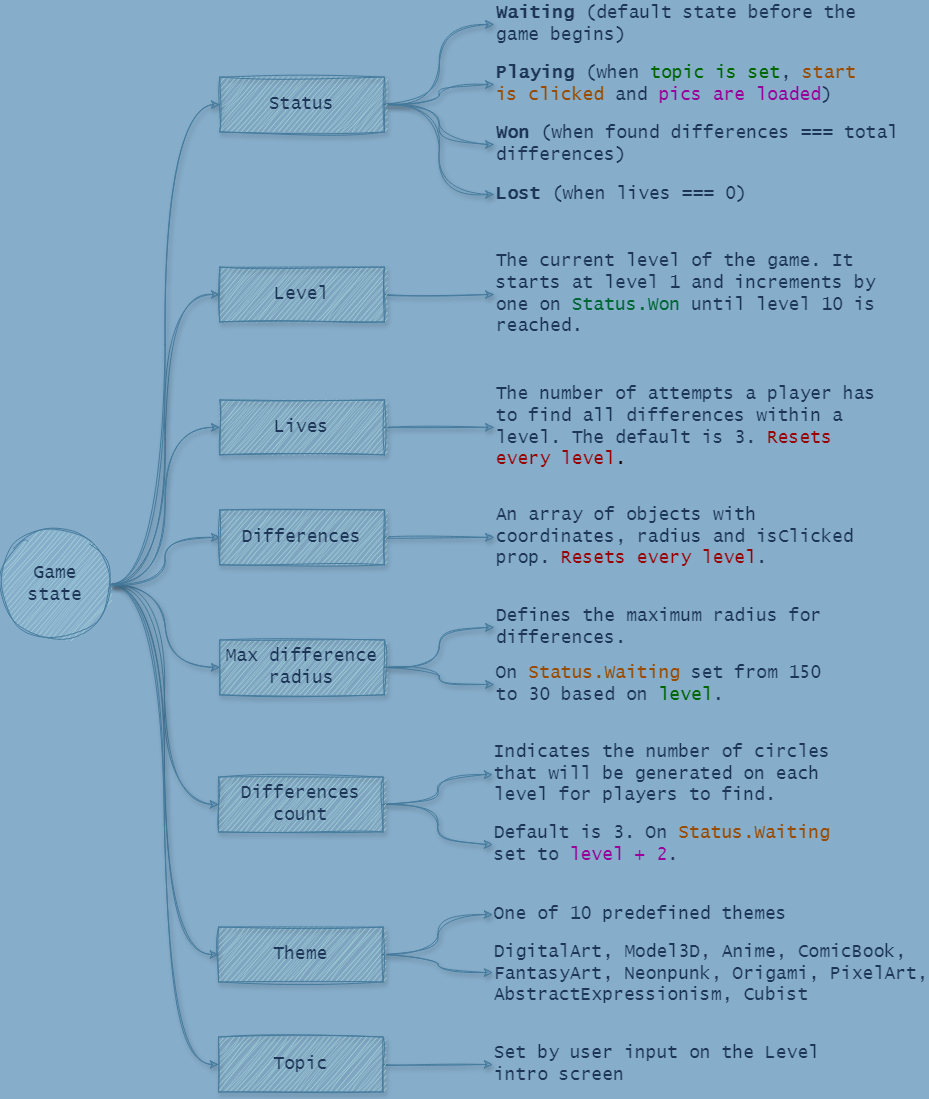
Earlier version of the draw.io export ftd-game-state.png (vasilyoshev/ai-assistant). Source tidied: cells renumbered, new cells last; positions are measured from the earlier drawing's top-left corner, leaving out a move shared by most shapes.
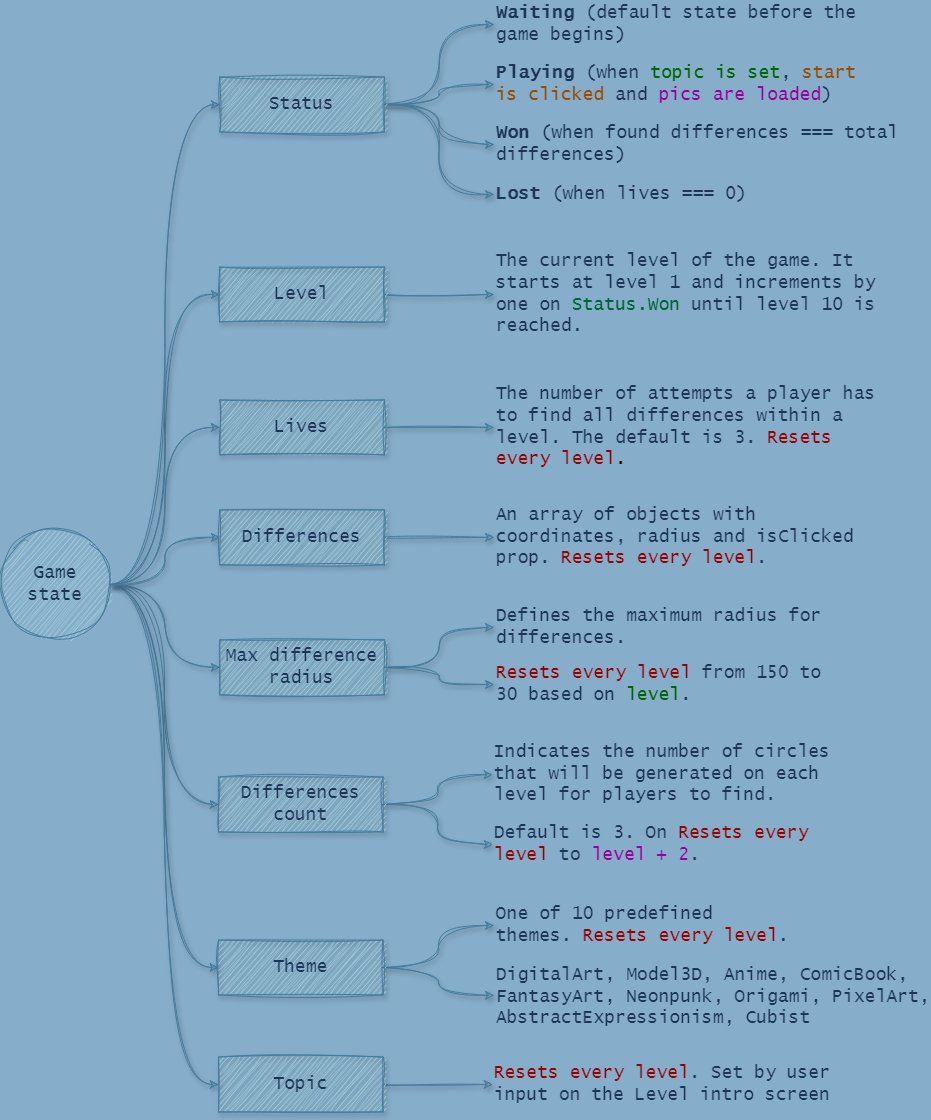
The same file after the commit.

Diff of the diagram source:
```diff
@@ -80,18 +80,9 @@
     <mxCell id="27" style="edgeStyle=orthogonalEdgeStyle;rounded=0;hachureGap=4;jettySize=auto;html=1;entryX=0;entryY=0.468;entryDx=0;entryDy=0;entryPerimeter=0;fontFamily=Lucida Console;curved=1;fontColor=default;strokeColor=#457B9D;labelBackgroundColor=none;fontSize=18;strokeWidth=1;shadow=1;sketch=1;curveFitting=1;jiggle=2;" parent="1" edge="1" source="47" target="31">
       <mxGeometry relative="1" as="geometry" />
     </mxCell>
-    <mxCell id="28" value="Set by user input on the Level intro screen" style="text;html=1;align=left;verticalAlign=middle;whiteSpace=wrap;rounded=0;fontFamily=Lucida Console;fontColor=#1D3557;labelBackgroundColor=none;fontSize=18;strokeWidth=1;shadow=1;sketch=1;curveFitting=1;jiggle=2;" parent="1" vertex="1">
-      <mxGeometry x="492.2" y="1040" width="342.7" height="40" as="geometry" />
+    <mxCell id="28" value="&lt;span style=&quot;color: rgb(153, 0, 0);&quot;&gt;Resets every level&lt;/span&gt;.&lt;span style=&quot;color: rgb(153, 0, 0);&quot;&gt;&amp;nbsp;&lt;/span&gt;Set by user input on the Level intro screen" style="text;html=1;align=left;verticalAlign=middle;whiteSpace=wrap;rounded=0;fontFamily=Lucida Console;fontColor=#1D3557;labelBackgroundColor=none;fontSize=18;strokeWidth=1;shadow=1;sketch=1;curveFitting=1;jiggle=2;" parent="1" vertex="1">
+      <mxGeometry x="492.2" y="1060" width="342.7" height="40" as="geometry" />
     </mxCell>
-    <mxCell id="29" style="group;" parent="1" vertex="1">
-      <mxGeometry x="492.2" y="900" width="397.6" height="100" as="geometry" />
-    </mxCell>
-    <mxCell id="30" value="One of 10 predefined themes" style="text;html=1;align=left;verticalAlign=middle;whiteSpace=wrap;rounded=0;fontFamily=Lucida Console;fontColor=#1D3557;labelBackgroundColor=none;fontSize=18;strokeWidth=1;shadow=1;sketch=1;curveFitting=1;jiggle=2;" parent="29" vertex="1">
-      <mxGeometry width="342.7" height="20" as="geometry" />
-    </mxCell>
-    <mxCell id="31" value="&lt;div style=&quot;font-size: 18px;&quot;&gt;DigitalArt&lt;span style=&quot;background-color: initial; font-size: 18px;&quot;&gt;,&amp;nbsp;&lt;/span&gt;&lt;span style=&quot;background-color: initial; font-size: 18px;&quot;&gt;Model3D&lt;/span&gt;&lt;span style=&quot;background-color: initial; font-size: 18px;&quot;&gt;,&amp;nbsp;&lt;/span&gt;&lt;span style=&quot;background-color: initial; font-size: 18px;&quot;&gt;Anime&lt;/span&gt;&lt;span style=&quot;background-color: initial; font-size: 18px;&quot;&gt;,&amp;nbsp;&lt;/span&gt;&lt;span style=&quot;background-color: initial; font-size: 18px;&quot;&gt;ComicBook&lt;/span&gt;&lt;span style=&quot;background-color: initial; font-size: 18px;&quot;&gt;,&lt;/span&gt;&lt;/div&gt;&lt;div style=&quot;font-size: 18px;&quot;&gt;&lt;span style=&quot;background-color: initial; font-size: 18px;&quot;&gt;FantasyArt&lt;/span&gt;&lt;span style=&quot;background-color: initial; font-size: 18px;&quot;&gt;,&amp;nbsp;&lt;/span&gt;&lt;span style=&quot;background-color: initial; font-size: 18px;&quot;&gt;Neonpunk&lt;/span&gt;&lt;span style=&quot;background-color: initial; font-size: 18px;&quot;&gt;,&amp;nbsp;&lt;/span&gt;&lt;span style=&quot;background-color: initial; font-size: 18px;&quot;&gt;Origami&lt;/span&gt;&lt;span style=&quot;background-color: initial; font-size: 18px;&quot;&gt;,&amp;nbsp;&lt;/span&gt;&lt;span style=&quot;background-color: initial; font-size: 18px;&quot;&gt;PixelArt&lt;/span&gt;&lt;span style=&quot;background-color: initial; font-size: 18px;&quot;&gt;,&lt;/span&gt;&lt;/div&gt;&lt;div style=&quot;font-size: 18px;&quot;&gt;&lt;span style=&quot;background-color: initial; font-size: 18px;&quot;&gt;AbstractExpressionism,&amp;nbsp;&lt;/span&gt;&lt;span style=&quot;background-color: initial; font-size: 18px;&quot;&gt;Cubist&lt;/span&gt;&lt;/div&gt;" style="text;html=1;align=left;verticalAlign=middle;whiteSpace=wrap;rounded=0;fontFamily=Lucida Console;fontColor=#1D3557;labelBackgroundColor=none;fontSize=18;strokeWidth=1;shadow=1;sketch=1;curveFitting=1;jiggle=2;" parent="29" vertex="1">
-      <mxGeometry y="40" width="397.6" height="60" as="geometry" />
-    </mxCell>
     <mxCell id="32" value="&lt;b&gt;Waiting &lt;/b&gt;(default state before the game begins)" style="text;html=1;align=left;verticalAlign=middle;whiteSpace=wrap;rounded=0;fontFamily=Lucida Console;fontColor=#1D3557;labelBackgroundColor=none;fontSize=18;strokeWidth=1;shadow=1;sketch=1;curveFitting=1;jiggle=2;" parent="1" vertex="1">
       <mxGeometry x="493.5" width="404.4" height="40" as="geometry" />
     </mxCell>
@@ -107,7 +98,7 @@
     <mxCell id="36" value="Defines the maximum radius for differences." style="text;html=1;align=left;verticalAlign=middle;whiteSpace=wrap;rounded=0;fontFamily=Lucida Console;fontColor=#1D3557;labelBackgroundColor=none;fontSize=18;strokeWidth=1;shadow=1;sketch=1;curveFitting=1;jiggle=2;" parent="1" vertex="1">
       <mxGeometry x="493.5" y="602.9" width="383.9" height="40" as="geometry" />
     </mxCell>
-    <mxCell id="37" value="On &lt;font color=&quot;#994c00&quot;&gt;Status.Waiting&lt;/font&gt; set from 150 to 30&amp;nbsp;based on &lt;font color=&quot;#006600&quot;&gt;level&lt;/font&gt;." style="text;html=1;align=left;verticalAlign=middle;whiteSpace=wrap;rounded=0;fontFamily=Lucida Console;fontColor=#1D3557;labelBackgroundColor=none;fontSize=18;strokeWidth=1;shadow=1;sketch=1;curveFitting=1;jiggle=2;" parent="1" vertex="1">
+    <mxCell id="37" value="&lt;span style=&quot;color: rgb(153, 0, 0);&quot;&gt;Resets every level&lt;/span&gt;&amp;nbsp;from 150 to 30&amp;nbsp;based on &lt;font color=&quot;#006600&quot;&gt;level&lt;/font&gt;." style="text;html=1;align=left;verticalAlign=middle;whiteSpace=wrap;rounded=0;fontFamily=Lucida Console;fontColor=#1D3557;labelBackgroundColor=none;fontSize=18;strokeWidth=1;shadow=1;sketch=1;curveFitting=1;jiggle=2;" parent="1" vertex="1">
       <mxGeometry x="493.5" y="660" width="342.7" height="40" as="geometry" />
     </mxCell>
     <mxCell id="38" style="group;" parent="1" vertex="1">
@@ -116,7 +107,7 @@
     <mxCell id="39" value="Indicates the number of circles that will be generated on each level for players to find." style="text;html=1;align=left;verticalAlign=middle;whiteSpace=wrap;rounded=0;fontFamily=Lucida Console;fontColor=#1D3557;labelBackgroundColor=none;fontSize=18;strokeWidth=1;shadow=1;sketch=1;curveFitting=1;jiggle=2;" parent="38" vertex="1">
       <mxGeometry width="383.9" height="60" as="geometry" />
     </mxCell>
-    <mxCell id="40" value="Default is 3. On &lt;font color=&quot;#994c00&quot;&gt;Status.Waiting&lt;/font&gt; set to &lt;font color=&quot;#990099&quot;&gt;level + 2&lt;/font&gt;." style="text;html=1;align=left;verticalAlign=middle;whiteSpace=wrap;rounded=0;fontFamily=Lucida Console;fontColor=#1D3557;labelBackgroundColor=none;fontSize=18;strokeWidth=1;shadow=1;sketch=1;curveFitting=1;jiggle=2;" parent="38" vertex="1">
+    <mxCell id="40" value="Default is 3. On&amp;nbsp;&lt;span style=&quot;color: rgb(153, 0, 0);&quot;&gt;Resets every level&lt;/span&gt;&amp;nbsp;to &lt;font color=&quot;#990099&quot;&gt;level + 2&lt;/font&gt;." style="text;html=1;align=left;verticalAlign=middle;whiteSpace=wrap;rounded=0;fontFamily=Lucida Console;fontColor=#1D3557;labelBackgroundColor=none;fontSize=18;strokeWidth=1;shadow=1;sketch=1;curveFitting=1;jiggle=2;" parent="38" vertex="1">
       <mxGeometry y="80" width="342.7" height="40" as="geometry" />
     </mxCell>
     <mxCell id="41" value="Status" style="rounded=0;whiteSpace=wrap;html=1;hachureGap=4;fontFamily=Lucida Console;fillColor=#A8DADC;strokeColor=#457B9D;fontColor=#1D3557;labelBackgroundColor=none;fontSize=18;strokeWidth=1;shadow=1;sketch=1;curveFitting=1;jiggle=2;" parent="1" vertex="1">
@@ -129,7 +120,7 @@
       <mxGeometry x="218" y="772.6" width="164.5" height="54.8" as="geometry" />
     </mxCell>
     <mxCell id="44" value="Topic" style="rounded=0;whiteSpace=wrap;html=1;hachureGap=4;fontFamily=Lucida Console;fillColor=#A8DADC;strokeColor=#457B9D;fontColor=#1D3557;labelBackgroundColor=none;fontSize=18;strokeWidth=1;shadow=1;sketch=1;curveFitting=1;jiggle=2;" parent="1" vertex="1">
-      <mxGeometry x="218" y="1032.6" width="164.5" height="54.8" as="geometry" />
+      <mxGeometry x="218" y="1052.6" width="164.5" height="54.8" as="geometry" />
     </mxCell>
     <mxCell id="45" value="Max difference radius" style="rounded=0;whiteSpace=wrap;html=1;hachureGap=4;fontFamily=Lucida Console;fillColor=#A8DADC;strokeColor=#457B9D;fontColor=#1D3557;labelBackgroundColor=none;fontSize=18;strokeWidth=1;shadow=1;sketch=1;curveFitting=1;jiggle=2;" parent="1" vertex="1">
       <mxGeometry x="219.4" y="635.5" width="164.5" height="54.8" as="geometry" />
@@ -138,10 +129,19 @@
       <mxGeometry x="219.4" y="505.5" width="164.5" height="54.8" as="geometry" />
     </mxCell>
     <mxCell id="47" value="Theme" style="rounded=0;whiteSpace=wrap;html=1;hachureGap=4;fontFamily=Lucida Console;fillColor=#A8DADC;strokeColor=#457B9D;fontColor=#1D3557;labelBackgroundColor=none;fontSize=18;strokeWidth=1;shadow=1;sketch=1;curveFitting=1;jiggle=2;" parent="1" vertex="1">
-      <mxGeometry x="218" y="922.6" width="164.5" height="54.8" as="geometry" />
+      <mxGeometry x="218" y="935.6" width="164.5" height="54.8" as="geometry" />
     </mxCell>
     <mxCell id="48" value="Lives" style="rounded=0;whiteSpace=wrap;html=1;hachureGap=4;fontFamily=Lucida Console;fillColor=#A8DADC;strokeColor=#457B9D;fontColor=#1D3557;labelBackgroundColor=none;fontSize=18;strokeWidth=1;shadow=1;sketch=1;curveFitting=1;jiggle=2;" parent="1" vertex="1">
       <mxGeometry x="219.4" y="395.5" width="164.5" height="54.8" as="geometry" />
     </mxCell>
+    <mxCell id="49" style="group;" parent="1" vertex="1">
+      <mxGeometry x="493.5" y="900" width="397.6" height="126" as="geometry" />
+    </mxCell>
+    <mxCell id="30" value="One of 10 predefined themes.&amp;nbsp;&lt;span style=&quot;color: rgb(153, 0, 0);&quot;&gt;Resets every level&lt;/span&gt;." style="text;html=1;align=left;verticalAlign=middle;whiteSpace=wrap;rounded=0;fontFamily=Lucida Console;fontColor=#1D3557;labelBackgroundColor=none;fontSize=18;strokeWidth=1;shadow=1;sketch=1;curveFitting=1;jiggle=2;" parent="49" vertex="1">
+      <mxGeometry width="342.7" height="42" as="geometry" />
+    </mxCell>
+    <mxCell id="31" value="&lt;div style=&quot;font-size: 18px;&quot;&gt;DigitalArt&lt;span style=&quot;background-color: initial; font-size: 18px;&quot;&gt;,&amp;nbsp;&lt;/span&gt;&lt;span style=&quot;background-color: initial; font-size: 18px;&quot;&gt;Model3D&lt;/span&gt;&lt;span style=&quot;background-color: initial; font-size: 18px;&quot;&gt;,&amp;nbsp;&lt;/span&gt;&lt;span style=&quot;background-color: initial; font-size: 18px;&quot;&gt;Anime&lt;/span&gt;&lt;span style=&quot;background-color: initial; font-size: 18px;&quot;&gt;,&amp;nbsp;&lt;/span&gt;&lt;span style=&quot;background-color: initial; font-size: 18px;&quot;&gt;ComicBook&lt;/span&gt;&lt;span style=&quot;background-color: initial; font-size: 18px;&quot;&gt;,&lt;/span&gt;&lt;/div&gt;&lt;div style=&quot;font-size: 18px;&quot;&gt;&lt;span style=&quot;background-color: initial; font-size: 18px;&quot;&gt;FantasyArt&lt;/span&gt;&lt;span style=&quot;background-color: initial; font-size: 18px;&quot;&gt;,&amp;nbsp;&lt;/span&gt;&lt;span style=&quot;background-color: initial; font-size: 18px;&quot;&gt;Neonpunk&lt;/span&gt;&lt;span style=&quot;background-color: initial; font-size: 18px;&quot;&gt;,&amp;nbsp;&lt;/span&gt;&lt;span style=&quot;background-color: initial; font-size: 18px;&quot;&gt;Origami&lt;/span&gt;&lt;span style=&quot;background-color: initial; font-size: 18px;&quot;&gt;,&amp;nbsp;&lt;/span&gt;&lt;span style=&quot;background-color: initial; font-size: 18px;&quot;&gt;PixelArt&lt;/span&gt;&lt;span style=&quot;background-color: initial; font-size: 18px;&quot;&gt;,&lt;/span&gt;&lt;/div&gt;&lt;div style=&quot;font-size: 18px;&quot;&gt;&lt;span style=&quot;background-color: initial; font-size: 18px;&quot;&gt;AbstractExpressionism,&amp;nbsp;&lt;/span&gt;&lt;span style=&quot;background-color: initial; font-size: 18px;&quot;&gt;Cubist&lt;/span&gt;&lt;/div&gt;" style="text;html=1;align=left;verticalAlign=middle;whiteSpace=wrap;rounded=0;fontFamily=Lucida Console;fontColor=#1D3557;labelBackgroundColor=none;fontSize=18;strokeWidth=1;shadow=1;sketch=1;curveFitting=1;jiggle=2;" parent="49" vertex="1">
+      <mxGeometry y="60" width="397.6" height="66" as="geometry" />
+    </mxCell>
   </root>
 </mxGraphModel>
```
